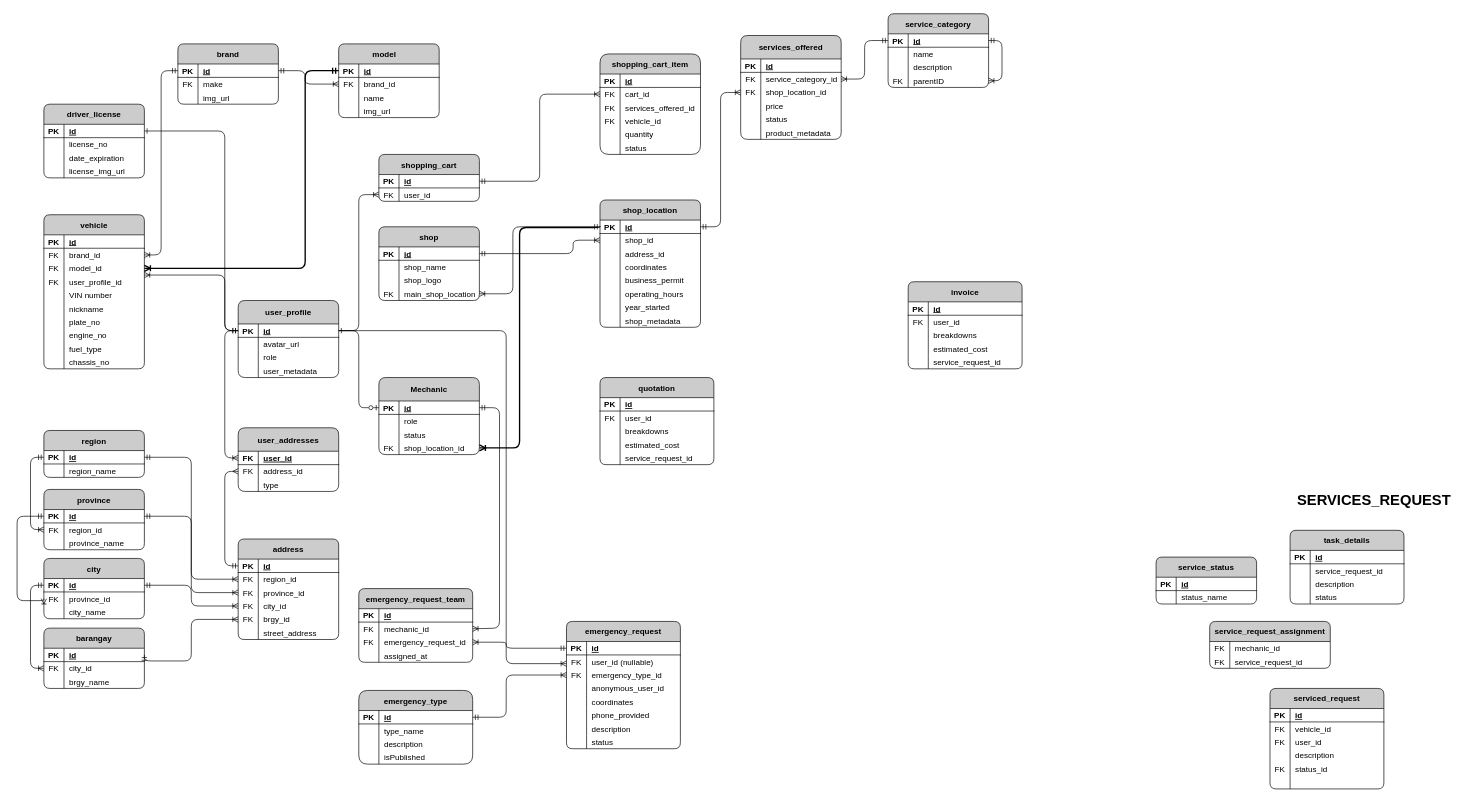
Before: Automate ERD.drawio in PitZza04/drawIO, a draw.io diagram. Source tidied: cells renumbered, new cells numbered last; positions are measured from the earlier drawing's top-left corner, leaving out a move shared by most shapes. Both pictures are drawn from the tidied source at 67%, with x=0, y=0 at pixel (17, 13).
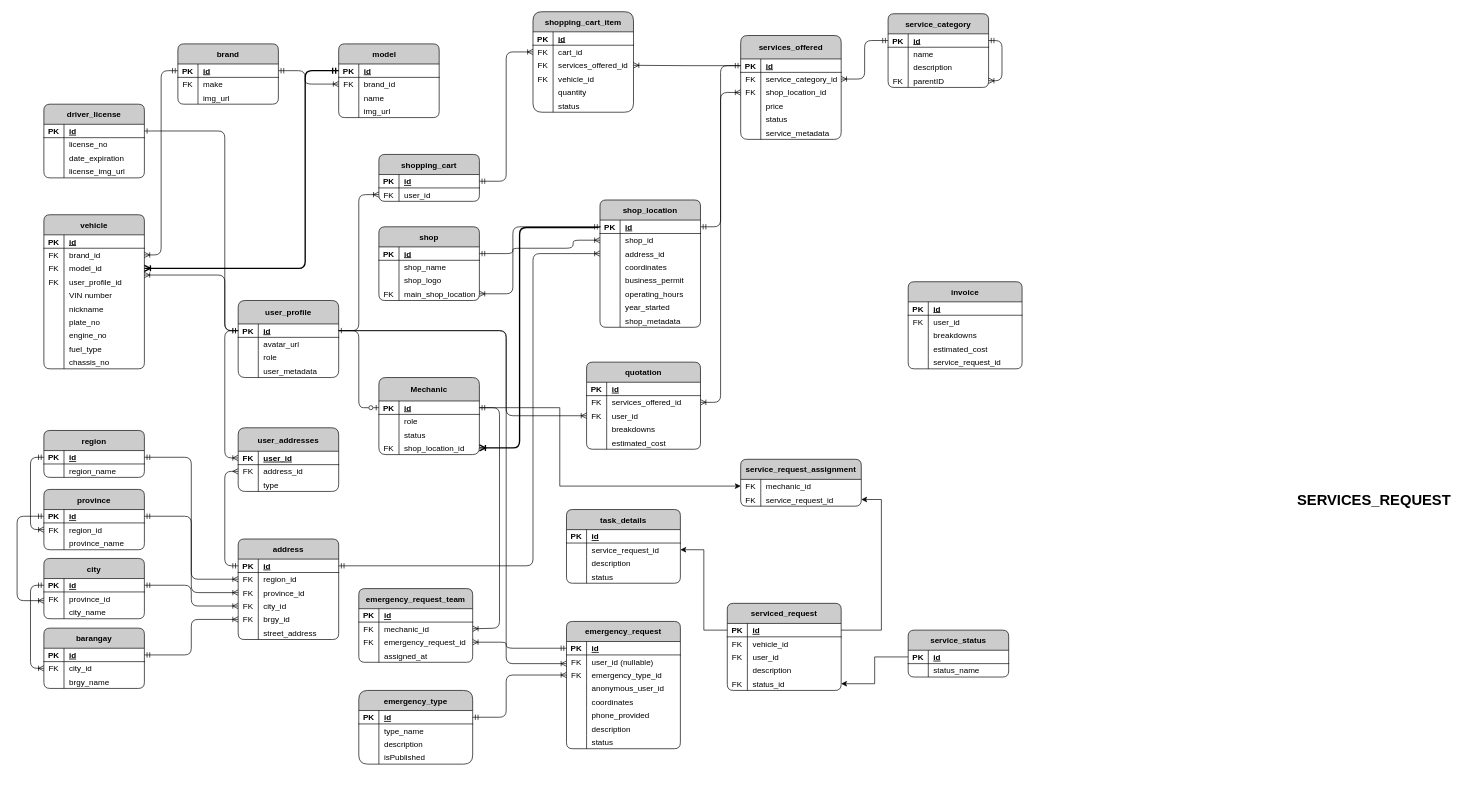
Above is the later version.

The change refers to these unchanged cells:
```xml
<mxCell id="17" style="shape=partialRectangle;fillColor=none;top=0;left=0;bottom=1;right=0;points=[[0,0.5],[1,0.5]];portConstraint=eastwest;shadow=0;" parent="16" vertex="1">
  <mxGeometry y="35" width="150" height="20" as="geometry" />
</mxCell>
<mxCell id="30" style="shape=partialRectangle;fillColor=none;top=0;left=0;bottom=1;right=0;points=[[0,0.5],[1,0.5]];portConstraint=eastwest;shadow=0;" parent="29" vertex="1">
  <mxGeometry y="30" width="150" height="20" as="geometry" />
</mxCell>
<mxCell id="42" style="shape=partialRectangle;fillColor=none;top=0;left=0;bottom=0;right=0;points=[[0,0.5],[1,0.5]];portConstraint=eastwest;shadow=0;" parent="29" vertex="1">
  <mxGeometry y="110" width="150" height="20" as="geometry" />
</mxCell>
<mxCell id="52" style="shape=partialRectangle;fillColor=none;top=0;left=0;bottom=0;right=0;points=[[0,0.5],[1,0.5]];portConstraint=eastwest;shadow=0;" parent="48" vertex="1">
  <mxGeometry y="50" width="150" height="20" as="geometry" />
</mxCell>
<mxCell id="59" style="shape=partialRectangle;fillColor=none;top=0;left=0;bottom=1;right=0;points=[[0,0.5],[1,0.5]];portConstraint=eastwest;shadow=0;" parent="58" vertex="1">
  <mxGeometry y="30" width="150" height="20" as="geometry" />
</mxCell>
<mxCell id="69" style="shape=partialRectangle;fillColor=none;top=0;left=0;bottom=1;right=0;points=[[0,0.5],[1,0.5]];portConstraint=eastwest;shadow=0;" parent="68" vertex="1">
  <mxGeometry y="30" width="150" height="20" as="geometry" />
</mxCell>
<mxCell id="133" style="shape=partialRectangle;fillColor=none;top=0;left=0;bottom=1;right=0;points=[[0,0.5],[1,0.5]];portConstraint=eastwest;shadow=0;" parent="132" vertex="1">
  <mxGeometry y="35" width="150" height="20" as="geometry" />
</mxCell>
<mxCell id="148" style="shape=partialRectangle;fillColor=none;top=0;left=0;bottom=0;right=0;shadow=0;" parent="132" vertex="1">
  <mxGeometry y="135" width="150" height="20" as="geometry" />
</mxCell>
<mxCell id="165" style="shape=partialRectangle;fillColor=none;top=0;left=0;bottom=1;right=0;points=[[0,0.5],[1,0.5]];portConstraint=eastwest;shadow=0;" parent="164" vertex="1">
  <mxGeometry y="30" width="150" height="20" as="geometry" />
</mxCell>
<mxCell id="191" style="shape=partialRectangle;fillColor=none;top=0;left=0;bottom=1;right=0;points=[[0,0.5],[1,0.5]];portConstraint=eastwest;shadow=0;" parent="190" vertex="1">
  <mxGeometry y="30" width="150" height="20" as="geometry" />
</mxCell>
<mxCell id="214" style="shape=partialRectangle;fillColor=none;top=0;left=0;bottom=0;right=0;points=[[0,0.5],[1,0.5]];portConstraint=eastwest;shadow=0;" parent="207" vertex="1">
  <mxGeometry y="70" width="150" height="20" as="geometry" />
</mxCell>
<mxCell id="271" style="shape=partialRectangle;fillColor=none;top=0;left=0;bottom=1;right=0;points=[[0,0.5],[1,0.5]];portConstraint=eastwest;shadow=0;" parent="270" vertex="1">
  <mxGeometry y="35" width="150" height="20" as="geometry" />
</mxCell>
<mxCell id="287" style="shape=partialRectangle;fillColor=none;top=0;left=0;bottom=0;right=0;points=[[0,0.5],[1,0.5]];portConstraint=eastwest;shadow=0;" parent="283" vertex="1">
  <mxGeometry y="50" width="150" height="20" as="geometry" />
</mxCell>
<mxCell id="290" style="shape=partialRectangle;fillColor=none;top=0;left=0;bottom=0;right=0;points=[[0,0.5],[1,0.5]];portConstraint=eastwest;shadow=0;" parent="283" vertex="1">
  <mxGeometry y="70" width="150" height="20" as="geometry" />
</mxCell>
<mxCell id="325" style="shape=partialRectangle;fillColor=none;top=0;left=0;bottom=1;right=0;points=[[0,0.5],[1,0.5]];portConstraint=eastwest;shadow=0;" parent="324" vertex="1">
  <mxGeometry y="30" width="170" height="20" as="geometry" />
</mxCell>
<mxCell id="337" style="shape=partialRectangle;fillColor=none;top=0;left=0;bottom=0;right=0;points=[[0,0.5],[1,0.5]];portConstraint=eastwest;shadow=0;" parent="324" vertex="1">
  <mxGeometry y="110" width="170" height="20" as="geometry" />
</mxCell>
<mxCell id="389" style="shape=partialRectangle;fillColor=none;top=0;left=0;bottom=0;right=0;points=[[0,0.5],[1,0.5]];portConstraint=eastwest;shadow=0;" parent="385" vertex="1">
  <mxGeometry y="50" width="170" height="20" as="geometry" />
</mxCell>
<mxCell id="399" style="shape=partialRectangle;fillColor=none;top=0;left=0;bottom=0;right=0;points=[[0,0.5],[1,0.5]];portConstraint=eastwest;shadow=0;" parent="398" vertex="1">
  <mxGeometry y="30" width="180" height="20" as="geometry" />
</mxCell>
<mxCell id="402" style="shape=partialRectangle;fillColor=none;top=0;left=0;bottom=0;right=0;points=[[0,0.5],[1,0.5]];portConstraint=eastwest;shadow=0;" parent="398" vertex="1">
  <mxGeometry y="50" width="180" height="20" as="geometry" />
</mxCell>
<mxCell id="406" style="shape=partialRectangle;fillColor=none;top=0;left=0;bottom=1;right=0;points=[[0,0.5],[1,0.5]];portConstraint=eastwest;shadow=0;" parent="405" vertex="1">
  <mxGeometry y="30" width="150" height="20" as="geometry" />
</mxCell>
```

Diff of the diagram source:
```diff
@@
-    <mxCell id="150" value="product_metadata" style="shape=partialRectangle;fillColor=none;top=0;left=0;bottom=0;right=0;align=left;spacingLeft=6;overflow=hidden;shadow=0;" parent="148" vertex="1">
+    <mxCell id="150" value="service_metadata" style="shape=partialRectangle;fillColor=none;top=0;left=0;bottom=0;right=0;align=left;spacingLeft=6;overflow=hidden;shadow=0;" parent="148" vertex="1">
       <mxGeometry x="30" width="120" height="20" as="geometry" />
     </mxCell>
@@
     <mxCell id="283" value="shopping_cart_item" style="shape=table;startSize=30;childLayout=tableLayout;rowLines=0;fontStyle=1;align=center;fillColor=#CCCCCC;strokeColor=#000000;shadow=0;rounded=1;" parent="1" vertex="1">
-      <mxGeometry x="870" y="60" width="150" height="150" as="geometry" />
+      <mxGeometry x="770" y="-3" width="150" height="150" as="geometry" />
     </mxCell>
@@
-    <mxCell id="310" style="edgeStyle=orthogonalEdgeStyle;rounded=1;jettySize=auto;html=1;exitX=0;exitY=0.5;exitDx=0;exitDy=0;entryX=0;entryY=0.5;entryDx=0;entryDy=0;startArrow=ERmandOne;startFill=0;endArrow=ERoneToMany;endFill=0;" parent="1" edge="1" source="59" target="52">
+    <mxCell id="310" style="edgeStyle=orthogonalEdgeStyle;rounded=1;jettySize=auto;html=1;exitX=0;exitY=0.5;exitDx=0;exitDy=0;startArrow=ERmandOne;startFill=0;endArrow=ERoneToMany;endFill=0;" parent="1" edge="1" source="59" target="52">
       <mxGeometry relative="1" as="geometry">
         <Array as="points">
           <mxPoint y="750" />
           <mxPoint y="876" />
         </Array>
       </mxGeometry>
     </mxCell>
     <mxCell id="311" style="edgeStyle=orthogonalEdgeStyle;rounded=1;jettySize=auto;html=1;exitX=1;exitY=0.5;exitDx=0;exitDy=0;entryX=0;entryY=0.5;entryDx=0;entryDy=0;startArrow=ERmandOne;startFill=0;endArrow=ERoneToMany;endFill=0;" parent="1" edge="1" source="69" target="42">
       <mxGeometry relative="1" as="geometry">
         <Array as="points">
-          <mxPoint x="260" y="966" />
+          <mxPoint x="260" y="957" />
           <mxPoint x="260" y="904" />
         </Array>
       </mxGeometry>
     </mxCell>
@@
     <mxCell id="324" value="serviced_request" style="shape=table;startSize=30;childLayout=tableLayout;rowLines=0;fontStyle=1;align=center;fillColor=#CCCCCC;strokeColor=#000000;rounded=1;arcSize=10;shadow=0;" parent="1" vertex="1">
-      <mxGeometry x="1870" y="1007" width="170" height="150" as="geometry" />
+      <mxGeometry x="1060" y="880" width="170" height="130" as="geometry" />
     </mxCell>
@@
-    <mxCell id="340" style="shape=partialRectangle;fillColor=none;top=0;left=0;bottom=0;right=0;shadow=0;" parent="324" vertex="1">
-      <mxGeometry y="130" width="170" height="20" as="geometry" />
-    </mxCell>
-    <mxCell id="341" style="shape=partialRectangle;fillColor=none;top=0;left=0;bottom=0;right=0;overflow=hidden;shadow=0;" parent="340" vertex="1">
-      <mxGeometry width="30" height="20" as="geometry" />
-    </mxCell>
-    <mxCell id="342" style="shape=partialRectangle;fillColor=none;top=0;left=0;bottom=0;right=0;align=left;spacingLeft=6;overflow=hidden;shadow=0;" parent="340" vertex="1">
-      <mxGeometry x="30" width="140" height="20" as="geometry" />
-    </mxCell>
@@
     <mxCell id="347" style="edgeStyle=orthogonalEdgeStyle;rounded=1;jettySize=auto;html=1;exitX=1;exitY=0.5;exitDx=0;exitDy=0;startArrow=ERmandOne;startFill=0;endArrow=ERoneToMany;endFill=0;" parent="1" edge="1" source="165">
       <mxGeometry relative="1" as="geometry">
         <mxPoint x="870" y="338" as="targetPoint" />
         <Array as="points">
-          <mxPoint x="830" y="358" />
+          <mxPoint x="740" y="358" />
+          <mxPoint x="740" y="350" />
+          <mxPoint x="830" y="350" />
           <mxPoint x="830" y="338" />
         </Array>
       </mxGeometry>
     </mxCell>
@@
     <mxCell id="353" value="quotation" style="shape=table;startSize=30;childLayout=tableLayout;rowLines=0;fontStyle=1;align=center;fillColor=#CCCCCC;strokeColor=#000000;rounded=1;arcSize=10;shadow=0;" parent="1" vertex="1">
-      <mxGeometry x="870" y="543" width="170" height="130" as="geometry" />
+      <mxGeometry x="850" y="520" width="170" height="130" as="geometry" />
     </mxCell>
@@
+    <mxCell id="366" style="shape=partialRectangle;fillColor=none;top=0;left=0;bottom=0;right=0;points=[[0,0.5],[1,0.5]];portConstraint=eastwest;shadow=0;" parent="353" vertex="1">
+      <mxGeometry y="50" width="170" height="20" as="geometry" />
+    </mxCell>
+    <mxCell id="367" value="FK" style="shape=partialRectangle;fillColor=none;top=0;left=0;bottom=0;right=0;overflow=hidden;shadow=0;" parent="366" vertex="1">
+      <mxGeometry width="30" height="20" as="geometry" />
+    </mxCell>
+    <mxCell id="368" value="services_offered_id" style="shape=partialRectangle;fillColor=none;top=0;left=0;bottom=0;right=0;align=left;spacingLeft=6;overflow=hidden;shadow=0;" parent="366" vertex="1">
+      <mxGeometry x="30" width="140" height="20" as="geometry" />
+    </mxCell>
     <mxCell id="357" style="shape=partialRectangle;fillColor=none;top=0;left=0;bottom=0;right=0;points=[[0,0.5],[1,0.5]];portConstraint=eastwest;shadow=0;" parent="353" vertex="1">
-      <mxGeometry y="50" width="170" height="20" as="geometry" />
+      <mxGeometry y="70" width="170" height="20" as="geometry" />
     </mxCell>
@@
-    <mxCell id="360" style="shape=partialRectangle;fillColor=none;top=0;left=0;bottom=0;right=0;shadow=0;" parent="353" vertex="1">
-      <mxGeometry y="70" width="170" height="20" as="geometry" />
-    </mxCell>
-    <mxCell id="361" style="shape=partialRectangle;fillColor=none;top=0;left=0;bottom=0;right=0;overflow=hidden;shadow=0;" parent="360" vertex="1">
-      <mxGeometry width="30" height="20" as="geometry" />
-    </mxCell>
+    <mxCell id="414" style="shape=partialRectangle;fillColor=none;top=0;left=0;bottom=0;right=0;shadow=0;" parent="353" vertex="1">
+      <mxGeometry y="90" width="170" height="20" as="geometry" />
+    </mxCell>
+    <mxCell id="415" style="shape=partialRectangle;fillColor=none;top=0;left=0;bottom=0;right=0;overflow=hidden;shadow=0;" parent="414" vertex="1">
+      <mxGeometry width="30" height="20" as="geometry" />
+    </mxCell>
-    <mxCell id="362" value="breakdowns " style="shape=partialRectangle;fillColor=none;top=0;left=0;bottom=0;right=0;align=left;spacingLeft=6;overflow=hidden;shadow=0;" parent="360" vertex="1">
+    <mxCell id="362" value="breakdowns " style="shape=partialRectangle;fillColor=none;top=0;left=0;bottom=0;right=0;align=left;spacingLeft=6;overflow=hidden;shadow=0;" parent="414" vertex="1">
       <mxGeometry x="30" width="140" height="20" as="geometry" />
     </mxCell>
     <mxCell id="363" style="shape=partialRectangle;fillColor=none;top=0;left=0;bottom=0;right=0;shadow=0;" parent="353" vertex="1">
-      <mxGeometry y="90" width="170" height="20" as="geometry" />
+      <mxGeometry y="110" width="170" height="20" as="geometry" />
     </mxCell>
@@
-    <mxCell id="366" style="shape=partialRectangle;fillColor=none;top=0;left=0;bottom=0;right=0;points=[[0,0.5],[1,0.5]];portConstraint=eastwest;shadow=0;" parent="353" vertex="1">
-      <mxGeometry y="110" width="170" height="20" as="geometry" />
-    </mxCell>
-    <mxCell id="367" style="shape=partialRectangle;fillColor=none;top=0;left=0;bottom=0;right=0;overflow=hidden;shadow=0;" parent="366" vertex="1">
-      <mxGeometry width="30" height="20" as="geometry" />
-    </mxCell>
-    <mxCell id="368" value="service_request_id" style="shape=partialRectangle;fillColor=none;top=0;left=0;bottom=0;right=0;align=left;spacingLeft=6;overflow=hidden;shadow=0;" parent="366" vertex="1">
-      <mxGeometry x="30" width="140" height="20" as="geometry" />
-    </mxCell>
@@
     <mxCell id="385" value="task_details" style="shape=table;startSize=30;childLayout=tableLayout;rowLines=0;fontStyle=1;align=center;fillColor=#CCCCCC;strokeColor=#000000;rounded=1;arcSize=10;shadow=0;" parent="1" vertex="1">
-      <mxGeometry x="1900" y="771" width="170" height="110" as="geometry" />
+      <mxGeometry x="820" y="740" width="170" height="110" as="geometry" />
     </mxCell>
@@
     <mxCell id="398" value="service_request_assignment" style="shape=table;startSize=30;childLayout=tableLayout;rowLines=0;fontStyle=1;align=center;fillColor=#CCCCCC;strokeColor=#000000;rounded=1;arcSize=10;shadow=0;" parent="1" vertex="1">
-      <mxGeometry x="1780" y="907" width="180" height="70" as="geometry" />
+      <mxGeometry x="1080" y="665" width="180" height="70" as="geometry" />
     </mxCell>
@@
     <mxCell id="405" value="service_status" style="shape=table;startSize=30;childLayout=tableLayout;rowLines=0;fontStyle=1;align=center;fillColor=#CCCCCC;strokeColor=#000000;rounded=1;arcSize=10;shadow=0;" parent="1" vertex="1">
-      <mxGeometry x="1700" y="811" width="150" height="70" as="geometry" />
+      <mxGeometry x="1330" y="920" width="150" height="70" as="geometry" />
     </mxCell>
@@
     <mxCell id="413" style="edgeStyle=orthogonalEdgeStyle;rounded=1;jettySize=auto;html=1;exitX=1;exitY=0.5;exitDx=0;exitDy=0;entryX=0;entryY=0.5;entryDx=0;entryDy=0;startArrow=ERmandOne;startFill=0;endArrow=ERoneToMany;endFill=0;" parent="1" edge="1" source="191" target="287">
-      <mxGeometry relative="1" as="geometry" />
+      <mxGeometry relative="1" as="geometry">
+        <Array as="points">
+          <mxPoint x="730" y="250" />
+          <mxPoint x="730" y="57" />
+        </Array>
+      </mxGeometry>
     </mxCell>
+    <mxCell id="416" style="edgeStyle=orthogonalEdgeStyle;rounded=0;jettySize=auto;html=1;exitX=0;exitY=0.5;exitDx=0;exitDy=0;entryX=1;entryY=0.5;entryDx=0;entryDy=0;endArrow=ERoneToMany;endFill=0;startArrow=ERmandOne;startFill=0;" parent="1" edge="1" source="133" target="290">
+      <mxGeometry relative="1" as="geometry" />
+    </mxCell>
+    <mxCell id="417" style="edgeStyle=orthogonalEdgeStyle;rounded=1;jettySize=auto;html=1;exitX=0;exitY=0.5;exitDx=0;exitDy=0;entryX=1;entryY=0.5;entryDx=0;entryDy=0;endArrow=ERoneToMany;endFill=0;" parent="1" edge="1" source="133" target="366">
+      <mxGeometry relative="1" as="geometry" />
+    </mxCell>
+    <mxCell id="418" style="edgeStyle=orthogonalEdgeStyle;rounded=1;jettySize=auto;html=1;exitX=1;exitY=0.5;exitDx=0;exitDy=0;endArrow=ERoneToMany;endFill=0;" parent="1" edge="1" source="17" target="357">
+      <mxGeometry relative="1" as="geometry">
+        <Array as="points">
+          <mxPoint x="730" y="473" />
+          <mxPoint x="730" y="600" />
+        </Array>
+      </mxGeometry>
+    </mxCell>
+    <mxCell id="419" style="edgeStyle=orthogonalEdgeStyle;rounded=1;jettySize=auto;html=1;exitX=1;exitY=0.5;exitDx=0;exitDy=0;endArrow=ERoneToMany;endFill=0;entryX=0;entryY=0.5;entryDx=0;entryDy=0;startArrow=ERmandOne;startFill=0;" parent="1" edge="1" source="30" target="214">
+      <mxGeometry relative="1" as="geometry">
+        <Array as="points">
+          <mxPoint x="770" y="824" />
+          <mxPoint x="770" y="358" />
+        </Array>
+      </mxGeometry>
+    </mxCell>
+    <mxCell id="420" style="edgeStyle=orthogonalEdgeStyle;rounded=0;jettySize=auto;html=1;exitX=0;exitY=0.5;exitDx=0;exitDy=0;entryX=1;entryY=0.5;entryDx=0;entryDy=0;" parent="1" edge="1" source="325" target="389">
+      <mxGeometry relative="1" as="geometry" />
+    </mxCell>
+    <mxCell id="421" style="edgeStyle=orthogonalEdgeStyle;rounded=0;jettySize=auto;html=1;exitX=1;exitY=0.5;exitDx=0;exitDy=0;entryX=1;entryY=0.5;entryDx=0;entryDy=0;" parent="1" edge="1" source="325" target="402">
+      <mxGeometry relative="1" as="geometry">
+        <Array as="points">
+          <mxPoint x="1290" y="920" />
+          <mxPoint x="1290" y="725" />
+        </Array>
+      </mxGeometry>
+    </mxCell>
+    <mxCell id="422" style="edgeStyle=orthogonalEdgeStyle;rounded=0;jettySize=auto;html=1;exitX=0;exitY=0.5;exitDx=0;exitDy=0;" parent="1" edge="1" source="406" target="337">
+      <mxGeometry relative="1" as="geometry" />
+    </mxCell>
+    <mxCell id="423" style="edgeStyle=orthogonalEdgeStyle;rounded=0;jettySize=auto;html=1;exitX=1;exitY=0.5;exitDx=0;exitDy=0;" parent="1" edge="1" source="271" target="399">
+      <mxGeometry relative="1" as="geometry">
+        <Array as="points">
+          <mxPoint x="810" y="588" />
+          <mxPoint x="810" y="705" />
+        </Array>
+      </mxGeometry>
+    </mxCell>
```
